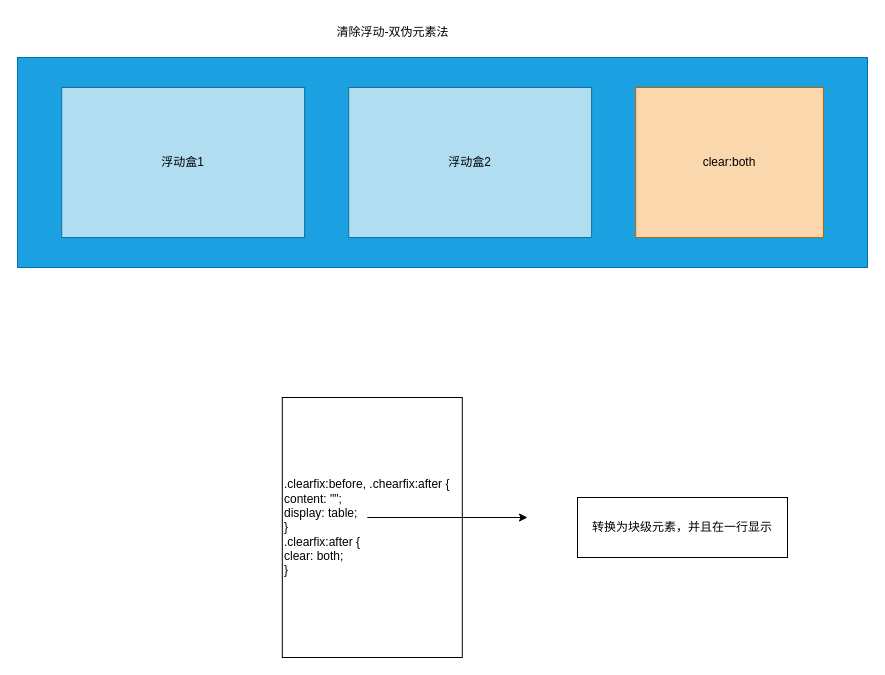
This is CSS/清除浮动-双伪元素法.drawio from WeiXinao/diagram, a draw.io file, before an edit. Source tidied: cells renumbered, new cells numbered last; positions are measured from the earlier drawing's top-left corner, leaving out a move shared by most shapes. Both pictures are drawn from the tidied source at 100%, with x=0, y=0 at pixel (17, 17).
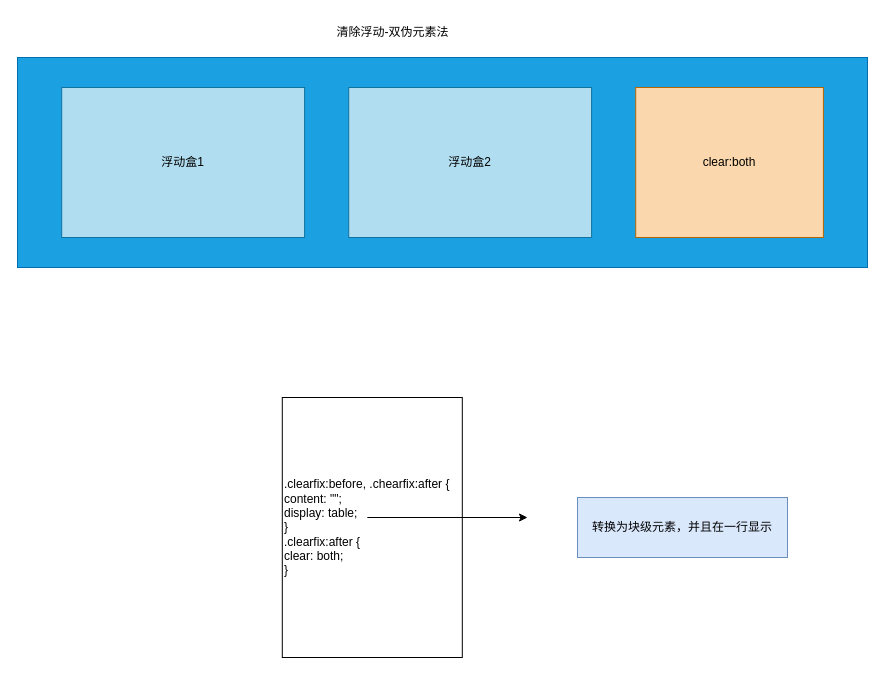
After the change.

Commit message (it also covers changes not shown here):
更新清除浮动-双伪元素法.drawio

What changed in the source:
```diff
@@
 <mxGraphModel>
   <root>
     <mxCell id="0" />
     <mxCell id="1" parent="0" />
     <mxCell id="2" value="清除浮动-双伪元素法" style="text;html=1;align=center;verticalAlign=middle;strokeColor=none;fillColor=none;" parent="1" vertex="1">
       <mxGeometry x="304.8" width="140" height="30" as="geometry" />
     </mxCell>
     <mxCell id="3" style="whiteSpace=wrap;html=1;strokeColor=#006EAF;fillColor=#1ba1e2;fontColor=#ffffff;" parent="1" vertex="1">
       <mxGeometry y="40" width="850" height="210" as="geometry" />
     </mxCell>
     <mxCell id="4" value="浮动盒1" style="whiteSpace=wrap;html=1;strokeColor=#10739e;fillColor=#b1ddf0;" parent="1" vertex="1">
       <mxGeometry x="44.2" y="70" width="242.9" height="150" as="geometry" />
     </mxCell>
     <mxCell id="5" value="浮动盒2" style="whiteSpace=wrap;html=1;strokeColor=#10739e;fillColor=#b1ddf0;" parent="1" vertex="1">
       <mxGeometry x="331.2" y="70" width="242.9" height="150" as="geometry" />
     </mxCell>
     <mxCell id="6" value="clear:both" style="whiteSpace=wrap;html=1;strokeColor=#b46504;fillColor=#fad7ac;" parent="1" vertex="1">
       <mxGeometry x="618.2" y="70" width="187.7" height="150" as="geometry" />
     </mxCell>
     <mxCell id="7" value=".clearfix:before, .chearfix:after {&lt;br/&gt; content: &quot;&quot;;&lt;br/&gt; display: table;&lt;br/&gt;}&lt;br/&gt;.clearfix:after {&lt;br/&gt; clear: both;&lt;br/&gt;}" style="whiteSpace=wrap;html=1;align=left;" parent="1" vertex="1">
       <mxGeometry x="264.8" y="380" width="180" height="260" as="geometry" />
     </mxCell>
     <mxCell id="8" style="endArrow=classic;html=1;rounded=0;" parent="1" edge="1">
       <mxGeometry relative="1" as="geometry">
         <mxPoint x="349.8" y="500" as="sourcePoint" />
         <mxPoint x="510" y="500" as="targetPoint" />
       </mxGeometry>
     </mxCell>
-    <mxCell id="9" value="转换为块级元素，并且在一行显示" style="whiteSpace=wrap;html=1;" parent="1" vertex="1">
+    <mxCell id="9" value="转换为块级元素，并且在一行显示" style="whiteSpace=wrap;html=1;fillColor=#dae8fc;strokeColor=#6c8ebf;" parent="1" vertex="1">
       <mxGeometry x="560" y="480" width="210" height="60" as="geometry" />
     </mxCell>
   </root>
 </mxGraphModel>
```
